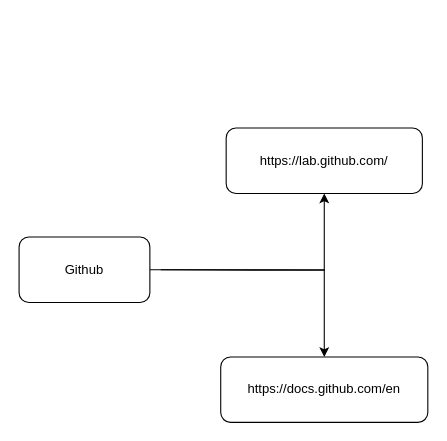
Before: maps/Github-mindmap.drawio in marioalboy/techinfos, a draw.io diagram. Source tidied: cells renumbered, new cells numbered last; positions are measured from the earlier drawing's top-left corner, leaving out a move shared by most shapes. Both pictures are drawn from the tidied source at 109%, with x=0, y=0 at pixel (19, 128).
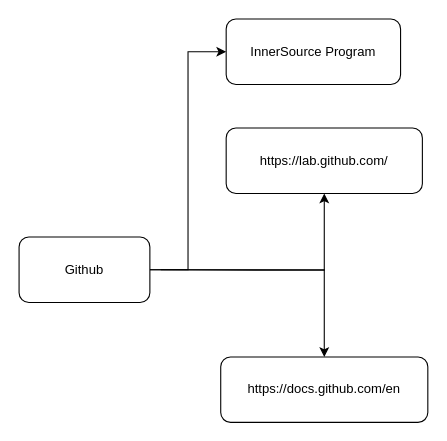
After the change.

The edit, as a diff of the source:
```diff
@@
 <mxGraphModel>
   <root>
     <mxCell id="0" />
     <mxCell id="1" parent="0" />
     <mxCell id="2" style="edgeStyle=orthogonalEdgeStyle;rounded=0;jettySize=auto;html=1;" parent="1" edge="1" source="4" target="5">
       <mxGeometry relative="1" as="geometry" />
     </mxCell>
     <mxCell id="3" style="edgeStyle=orthogonalEdgeStyle;rounded=0;jettySize=auto;html=1;" parent="1" edge="1" target="6">
       <mxGeometry relative="1" as="geometry">
         <mxPoint x="130" y="130" as="sourcePoint" />
       </mxGeometry>
     </mxCell>
+    <mxCell id="7" style="edgeStyle=orthogonalEdgeStyle;rounded=0;jettySize=auto;html=1;entryX=0;entryY=0.5;entryDx=0;entryDy=0;" parent="1" edge="1" source="4" target="8">
+      <mxGeometry relative="1" as="geometry" />
+    </mxCell>
     <mxCell id="4" value="Github" style="rounded=1;whiteSpace=wrap;html=1;" parent="1" vertex="1">
       <mxGeometry y="100" width="120" height="60" as="geometry" />
     </mxCell>
     <mxCell id="5" value="https://docs.github.com/en" style="rounded=1;whiteSpace=wrap;html=1;" parent="1" vertex="1">
       <mxGeometry x="185" y="210" width="190" height="60" as="geometry" />
     </mxCell>
     <mxCell id="6" value="https://lab.github.com/" style="rounded=1;whiteSpace=wrap;html=1;" parent="1" vertex="1">
       <mxGeometry x="190" width="180" height="60" as="geometry" />
     </mxCell>
+    <mxCell id="8" value="InnerSource Program" style="rounded=1;whiteSpace=wrap;html=1;" parent="1" vertex="1">
+      <mxGeometry x="190" y="-100" width="160" height="60" as="geometry" />
+    </mxCell>
   </root>
 </mxGraphModel>
```
